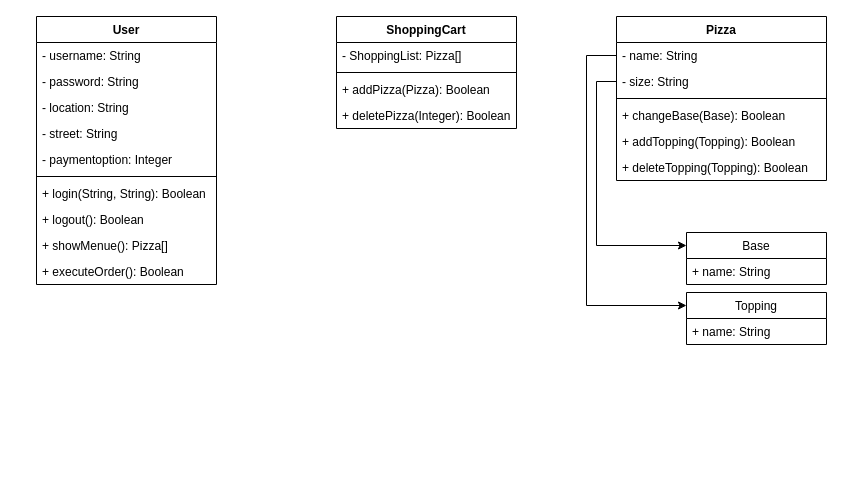
BlackFox1197/sdi keeps this draw.io diagram as Task 1/pizza_class_diagramm.drawio. Above is the earlier version. Source tidied: cells renumbered, new cells numbered last; positions are measured from the earlier drawing's top-left corner, leaving out a move shared by most shapes. Both pictures are drawn from the tidied source at 100%, with x=0, y=0 at pixel (36, 16).
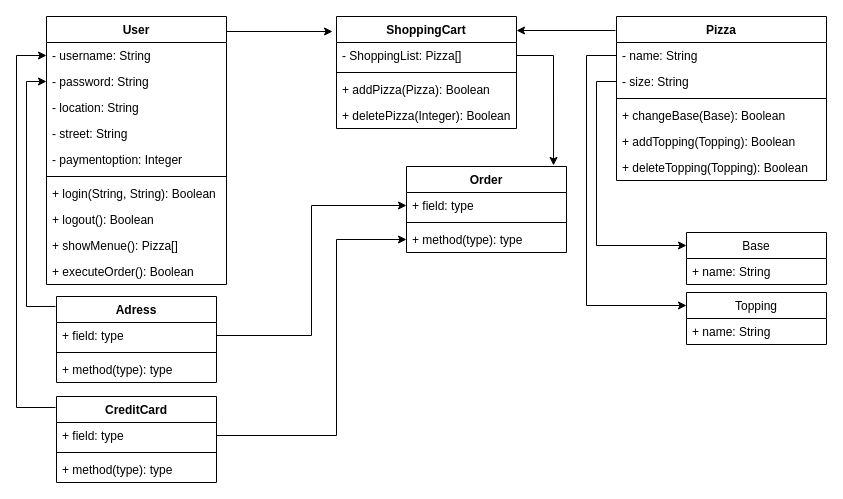
Above is the later version.

Commit message:
Safe before shutdown

Unchanged cells that the change refers to:
```xml
<mxCell id="3" value="- username: String" style="text;strokeColor=none;fillColor=none;align=left;verticalAlign=top;spacingLeft=4;spacingRight=4;overflow=hidden;points=[[0,0.5],[1,0.5]];portConstraint=eastwest;" parent="2" vertex="1">
  <mxGeometry y="26" width="180" height="26" as="geometry" />
</mxCell>
<mxCell id="4" value="- password: String" style="text;strokeColor=none;fillColor=none;align=left;verticalAlign=top;spacingLeft=4;spacingRight=4;overflow=hidden;points=[[0,0.5],[1,0.5]];portConstraint=eastwest;" parent="2" vertex="1">
  <mxGeometry y="52" width="180" height="26" as="geometry" />
</mxCell>
<mxCell id="13" value="ShoppingCart" style="swimlane;fontStyle=1;align=center;verticalAlign=top;horizontal=1;startSize=26;" parent="1" vertex="1">
  <mxGeometry x="300" width="180" height="112" as="geometry" />
</mxCell>
<mxCell id="14" value="- ShoppingList: Pizza[]" style="text;strokeColor=none;fillColor=none;align=left;verticalAlign=top;spacingLeft=4;spacingRight=4;overflow=hidden;points=[[0,0.5],[1,0.5]];portConstraint=eastwest;" parent="13" vertex="1">
  <mxGeometry y="26" width="180" height="26" as="geometry" />
</mxCell>
<mxCell id="18" value="Pizza" style="swimlane;fontStyle=1;align=center;verticalAlign=top;horizontal=1;startSize=26;" parent="1" vertex="1">
  <mxGeometry x="580" width="210" height="164" as="geometry" />
</mxCell>
```

The edit, as a diff of the source:
```diff
@@
     <mxCell id="2" value="User" style="swimlane;fontStyle=1;align=center;verticalAlign=top;horizontal=1;startSize=26;" parent="1" vertex="1">
-      <mxGeometry width="180" height="268" as="geometry" />
+      <mxGeometry x="10" width="180" height="268" as="geometry" />
     </mxCell>
@@
+    <mxCell id="31" value="Order" style="swimlane;fontStyle=1;align=center;verticalAlign=top;horizontal=1;startSize=26;" parent="1" vertex="1">
+      <mxGeometry x="370" y="150" width="160" height="86" as="geometry" />
+    </mxCell>
+    <mxCell id="32" value="+ field: type" style="text;strokeColor=none;fillColor=none;align=left;verticalAlign=top;spacingLeft=4;spacingRight=4;overflow=hidden;points=[[0,0.5],[1,0.5]];portConstraint=eastwest;" parent="31" vertex="1">
+      <mxGeometry y="26" width="160" height="26" as="geometry" />
+    </mxCell>
+    <mxCell id="33" style="line;strokeWidth=1;fillColor=none;align=left;verticalAlign=middle;spacingTop=-1;spacingLeft=3;spacingRight=3;labelPosition=right;" parent="31" vertex="1">
+      <mxGeometry y="52" width="160" height="8" as="geometry" />
+    </mxCell>
+    <mxCell id="34" value="+ method(type): type" style="text;strokeColor=none;fillColor=none;align=left;verticalAlign=top;spacingLeft=4;spacingRight=4;overflow=hidden;points=[[0,0.5],[1,0.5]];portConstraint=eastwest;" parent="31" vertex="1">
+      <mxGeometry y="60" width="160" height="26" as="geometry" />
+    </mxCell>
+    <mxCell id="35" value="Adress" style="swimlane;fontStyle=1;align=center;verticalAlign=top;horizontal=1;startSize=26;" parent="1" vertex="1">
+      <mxGeometry x="20" y="280" width="160" height="86" as="geometry" />
+    </mxCell>
+    <mxCell id="36" value="+ field: type" style="text;strokeColor=none;fillColor=none;align=left;verticalAlign=top;spacingLeft=4;spacingRight=4;overflow=hidden;points=[[0,0.5],[1,0.5]];portConstraint=eastwest;" parent="35" vertex="1">
+      <mxGeometry y="26" width="160" height="26" as="geometry" />
+    </mxCell>
+    <mxCell id="37" style="line;strokeWidth=1;fillColor=none;align=left;verticalAlign=middle;spacingTop=-1;spacingLeft=3;spacingRight=3;labelPosition=right;" parent="35" vertex="1">
+      <mxGeometry y="52" width="160" height="8" as="geometry" />
+    </mxCell>
+    <mxCell id="38" value="+ method(type): type" style="text;strokeColor=none;fillColor=none;align=left;verticalAlign=top;spacingLeft=4;spacingRight=4;overflow=hidden;" parent="35" vertex="1">
+      <mxGeometry y="60" width="160" height="26" as="geometry" />
+    </mxCell>
+    <mxCell id="39" value="CreditCard" style="swimlane;fontStyle=1;align=center;verticalAlign=top;horizontal=1;startSize=26;" parent="1" vertex="1">
+      <mxGeometry x="20" y="380" width="160" height="86" as="geometry" />
+    </mxCell>
+    <mxCell id="40" value="+ field: type" style="text;strokeColor=none;fillColor=none;align=left;verticalAlign=top;spacingLeft=4;spacingRight=4;overflow=hidden;points=[[0,0.5],[1,0.5]];portConstraint=eastwest;" parent="39" vertex="1">
+      <mxGeometry y="26" width="160" height="26" as="geometry" />
+    </mxCell>
+    <mxCell id="41" style="line;strokeWidth=1;fillColor=none;align=left;verticalAlign=middle;spacingTop=-1;spacingLeft=3;spacingRight=3;labelPosition=right;" parent="39" vertex="1">
+      <mxGeometry y="52" width="160" height="8" as="geometry" />
+    </mxCell>
+    <mxCell id="42" value="+ method(type): type" style="text;strokeColor=none;fillColor=none;align=left;verticalAlign=top;spacingLeft=4;spacingRight=4;overflow=hidden;" parent="39" vertex="1">
+      <mxGeometry y="60" width="160" height="26" as="geometry" />
+    </mxCell>
+    <mxCell id="43" style="edgeStyle=orthogonalEdgeStyle;rounded=0;jettySize=auto;html=1;exitX=1;exitY=0.5;exitDx=0;exitDy=0;entryX=0.919;entryY=-0.012;entryDx=0;entryDy=0;entryPerimeter=0;" parent="1" edge="1" source="14" target="31">
+      <mxGeometry relative="1" as="geometry" />
+    </mxCell>
+    <mxCell id="44" style="edgeStyle=orthogonalEdgeStyle;rounded=0;jettySize=auto;html=1;exitX=-0.006;exitY=0.116;exitDx=0;exitDy=0;entryX=0;entryY=0.5;entryDx=0;entryDy=0;exitPerimeter=0;" parent="1" edge="1" source="35" target="4">
+      <mxGeometry relative="1" as="geometry">
+        <Array as="points">
+          <mxPoint x="-10" y="290" />
+          <mxPoint x="-10" y="65" />
+        </Array>
+      </mxGeometry>
+    </mxCell>
+    <mxCell id="45" style="edgeStyle=orthogonalEdgeStyle;rounded=0;jettySize=auto;html=1;entryX=-0.022;entryY=0.134;entryDx=0;entryDy=0;entryPerimeter=0;" parent="1" edge="1" target="13">
+      <mxGeometry relative="1" as="geometry">
+        <mxPoint x="190" y="15" as="sourcePoint" />
+        <Array as="points">
+          <mxPoint x="190" y="15" />
+        </Array>
+      </mxGeometry>
+    </mxCell>
+    <mxCell id="46" style="edgeStyle=orthogonalEdgeStyle;rounded=0;jettySize=auto;html=1;exitX=-0.006;exitY=0.128;exitDx=0;exitDy=0;entryX=0;entryY=0.5;entryDx=0;entryDy=0;exitPerimeter=0;" parent="1" edge="1" source="39" target="3">
+      <mxGeometry relative="1" as="geometry">
+        <Array as="points">
+          <mxPoint x="-20" y="391" />
+          <mxPoint x="-20" y="39" />
+        </Array>
+      </mxGeometry>
+    </mxCell>
+    <mxCell id="47" style="edgeStyle=orthogonalEdgeStyle;rounded=0;jettySize=auto;html=1;entryX=-0.005;entryY=0.085;entryDx=0;entryDy=0;entryPerimeter=0;exitX=-0.005;exitY=0.085;exitDx=0;exitDy=0;exitPerimeter=0;" parent="1" edge="1" source="18">
+      <mxGeometry relative="1" as="geometry">
+        <mxPoint x="480" y="14" as="targetPoint" />
+        <Array as="points">
+          <mxPoint x="480" y="14" />
+        </Array>
+      </mxGeometry>
+    </mxCell>
+    <mxCell id="48" style="edgeStyle=orthogonalEdgeStyle;rounded=0;jettySize=auto;html=1;exitX=1;exitY=0.5;exitDx=0;exitDy=0;entryX=0;entryY=0.5;entryDx=0;entryDy=0;" parent="1" edge="1" source="36" target="32">
+      <mxGeometry relative="1" as="geometry" />
+    </mxCell>
+    <mxCell id="49" style="edgeStyle=orthogonalEdgeStyle;rounded=0;jettySize=auto;html=1;exitX=1;exitY=0.5;exitDx=0;exitDy=0;entryX=0;entryY=0.5;entryDx=0;entryDy=0;" parent="1" edge="1" source="40" target="34">
+      <mxGeometry relative="1" as="geometry">
+        <Array as="points">
+          <mxPoint x="300" y="419" />
+          <mxPoint x="300" y="223" />
+        </Array>
+      </mxGeometry>
+    </mxCell>
```
